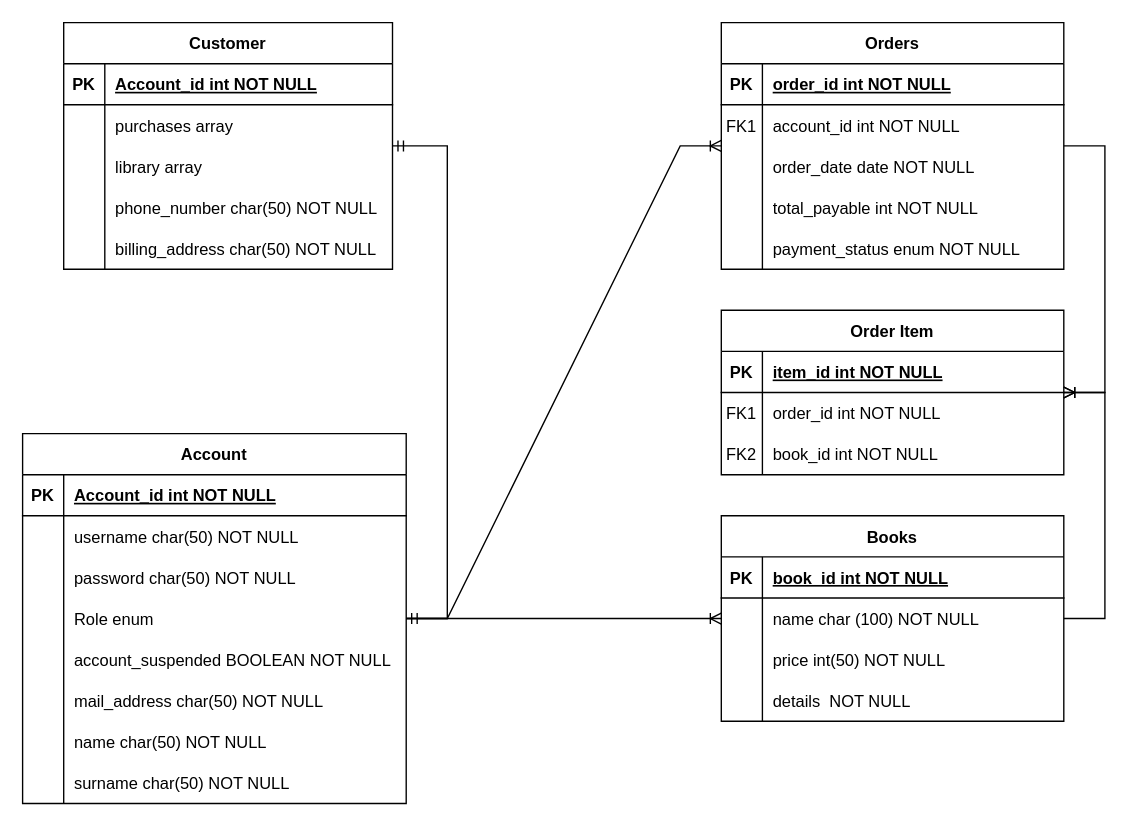
TeoScardov/cloud-project-2024 keeps this draw.io diagram as page "ERD" (1 of 2) of documentation/ERD.drawio. Above is the earlier version. Source tidied: cells renumbered, new cells numbered last; positions are measured from the earlier drawing's top-left corner, leaving out a move shared by most shapes. Both pictures are drawn from the tidied source at 137%, with x=0, y=0 at pixel (22, 22).
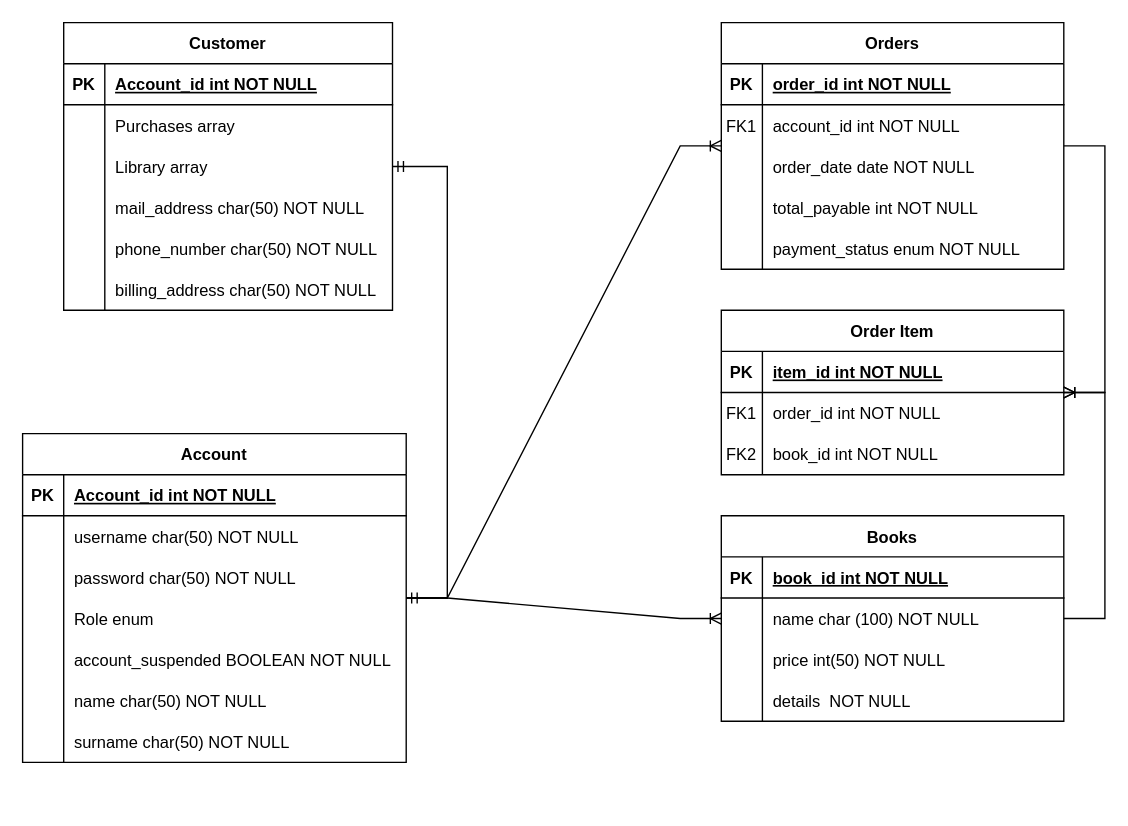
Above is the later version.

Unchanged cells that the change refers to:
```xml
<mxCell id="74" style="shape=partialRectangle;fillColor=none;top=0;left=0;right=0;bottom=0;" parent="70" vertex="1">
  <mxGeometry y="60" width="240" height="30" as="geometry" />
</mxCell>
<mxCell id="77" style="shape=partialRectangle;fillColor=none;top=0;left=0;right=0;bottom=0;" parent="70" vertex="1">
  <mxGeometry y="90" width="240" height="30" as="geometry" />
</mxCell>
```

What changed in the source:
```diff
@@
     <mxCell id="31" value="Account" style="shape=table;startSize=30;childLayout=tableLayout;rowLines=0;fontStyle=1;align=center;" parent="1" vertex="1">
-      <mxGeometry y="300" width="280" height="270" as="geometry" />
+      <mxGeometry y="300" width="280" height="240" as="geometry" />
     </mxCell>
@@
-    <mxCell id="47" style="shape=partialRectangle;fillColor=none;top=0;left=0;right=0;bottom=0;" parent="31" vertex="1">
-      <mxGeometry y="180" width="280" height="30" as="geometry" />
-    </mxCell>
-    <mxCell id="48" style="shape=partialRectangle;overflow=hidden;fillColor=none;top=0;left=0;bottom=0;right=0;" parent="47" vertex="1">
-      <mxGeometry width="30" height="30" as="geometry" />
-    </mxCell>
-    <mxCell id="49" value="mail_address char(50) NOT NULL" style="shape=partialRectangle;overflow=hidden;fillColor=none;top=0;left=0;bottom=0;right=0;align=left;spacingLeft=6;" parent="47" vertex="1">
-      <mxGeometry x="30" width="250" height="30" as="geometry" />
-    </mxCell>
     <mxCell id="50" style="shape=partialRectangle;fillColor=none;top=0;left=0;right=0;bottom=0;" parent="31" vertex="1">
-      <mxGeometry y="210" width="280" height="30" as="geometry" />
+      <mxGeometry y="180" width="280" height="30" as="geometry" />
     </mxCell>
@@
     <mxCell id="53" style="shape=partialRectangle;fillColor=none;top=0;left=0;right=0;bottom=0;" parent="31" vertex="1">
-      <mxGeometry y="240" width="280" height="30" as="geometry" />
+      <mxGeometry y="210" width="280" height="30" as="geometry" />
     </mxCell>
@@
     <mxCell id="70" value="Customer" style="shape=table;startSize=30;childLayout=tableLayout;rowLines=0;fontStyle=1;align=center;" parent="1" vertex="1">
-      <mxGeometry x="30" width="240" height="180" as="geometry" />
+      <mxGeometry x="30" width="240" height="210" as="geometry" />
     </mxCell>
@@
-    <mxCell id="76" value="purchases array " style="shape=partialRectangle;overflow=hidden;fillColor=none;top=0;left=0;bottom=0;right=0;align=left;spacingLeft=6;" parent="74" vertex="1">
+    <mxCell id="76" value="Purchases array " style="shape=partialRectangle;overflow=hidden;fillColor=none;top=0;left=0;bottom=0;right=0;align=left;spacingLeft=6;" parent="74" vertex="1">
       <mxGeometry x="30" width="210" height="30" as="geometry" />
     </mxCell>
@@
-    <mxCell id="79" value="library array" style="shape=partialRectangle;overflow=hidden;fillColor=none;top=0;left=0;bottom=0;right=0;align=left;spacingLeft=6;" parent="77" vertex="1">
+    <mxCell id="79" value="Library array" style="shape=partialRectangle;overflow=hidden;fillColor=none;top=0;left=0;bottom=0;right=0;align=left;spacingLeft=6;" parent="77" vertex="1">
       <mxGeometry x="30" width="210" height="30" as="geometry" />
     </mxCell>
+    <mxCell id="87" style="shape=partialRectangle;fillColor=none;top=0;left=0;right=0;bottom=0;" parent="70" vertex="1">
+      <mxGeometry y="120" width="240" height="30" as="geometry" />
+    </mxCell>
+    <mxCell id="48" style="shape=partialRectangle;overflow=hidden;fillColor=none;top=0;left=0;bottom=0;right=0;" parent="87" vertex="1">
+      <mxGeometry width="30" height="30" as="geometry" />
+    </mxCell>
+    <mxCell id="49" value="mail_address char(50) NOT NULL" style="shape=partialRectangle;overflow=hidden;fillColor=none;top=0;left=0;bottom=0;right=0;align=left;spacingLeft=6;" parent="87" vertex="1">
+      <mxGeometry x="30" width="210" height="30" as="geometry" />
+    </mxCell>
     <mxCell id="80" style="shape=partialRectangle;fillColor=none;top=0;left=0;right=0;bottom=0;" parent="70" vertex="1">
-      <mxGeometry y="120" width="240" height="30" as="geometry" />
+      <mxGeometry y="150" width="240" height="30" as="geometry" />
     </mxCell>
@@
     <mxCell id="83" style="shape=partialRectangle;fillColor=none;top=0;left=0;right=0;bottom=0;" parent="70" vertex="1">
-      <mxGeometry y="150" width="240" height="30" as="geometry" />
+      <mxGeometry y="180" width="240" height="30" as="geometry" />
     </mxCell>
```
